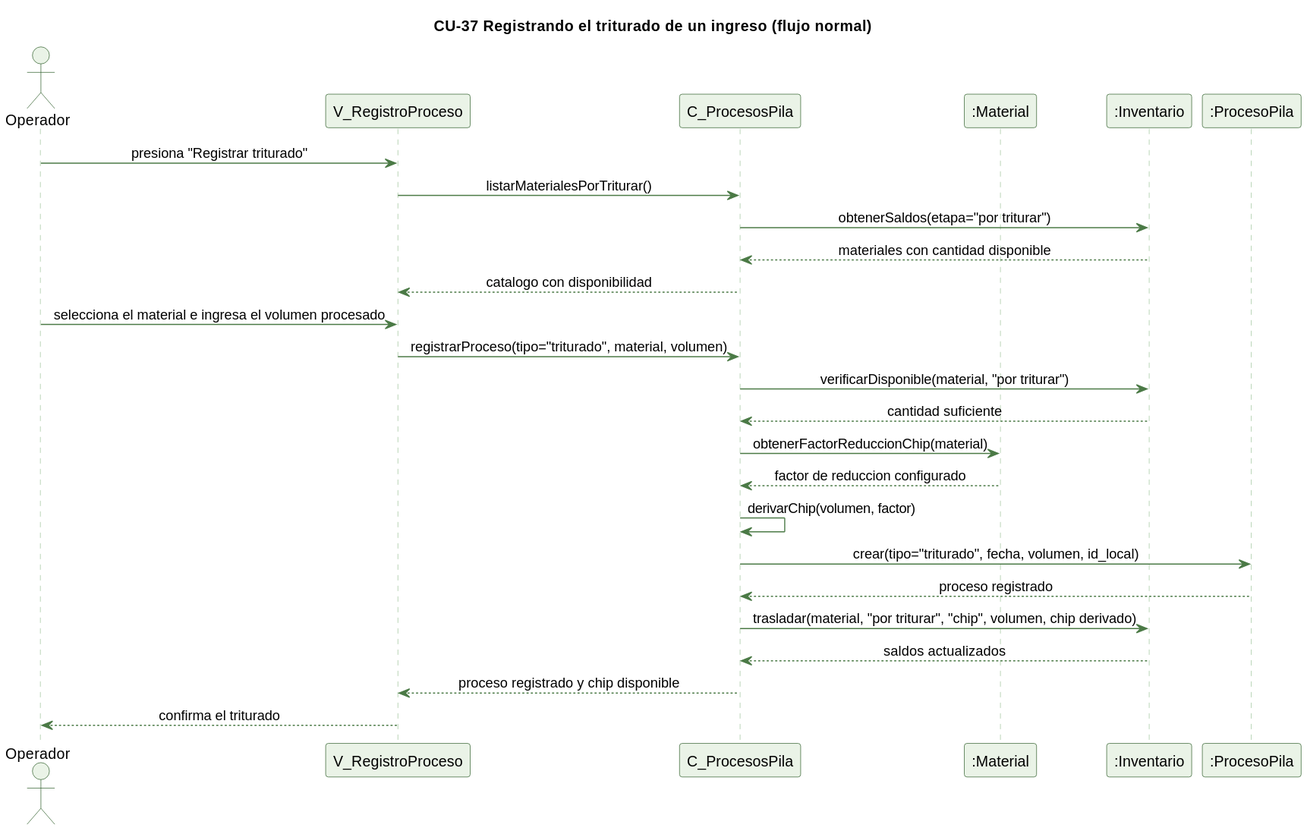
kenjikaese/Triverde keeps this PlantUML diagram as docs/trabajo-grupal/diagramas/secuencias/cu37-triturado-normal.svg. Above is the earlier version. Source of this version:
```plantuml
@startuml
skinparam backgroundColor #FFFFFF
skinparam shadowing false
skinparam defaultFontName Helvetica
skinparam sequenceMessageAlign center
skinparam ParticipantBackgroundColor #EAF3E7
skinparam ParticipantBorderColor #2E5E2A
skinparam ActorBackgroundColor #EAF3E7
skinparam ActorBorderColor #2E5E2A
skinparam sequenceLifeLineBorderColor #9CC49A
skinparam ArrowColor #4B7A46

title CU-37 Registrando el triturado de un ingreso (flujo normal)

actor Operador
participant "V_RegistroProceso" as V
participant "C_ProcesosPila" as C
participant ":Material" as M
participant ":Inventario" as I
participant ":ProcesoPila" as PP

Operador -> V : presiona "Registrar triturado"
V -> C : listarMaterialesPorTriturar()
C -> I : obtenerSaldos(etapa="por triturar")
I --> C : materiales con cantidad disponible
C --> V : catalogo con disponibilidad
Operador -> V : selecciona el material e ingresa el volumen procesado
V -> C : registrarProceso(tipo="triturado", material, volumen)
C -> I : verificarDisponible(material, "por triturar")
I --> C : cantidad suficiente
C -> M : obtenerFactorReduccionChip(material)
M --> C : factor de reduccion configurado
C -> C : derivarChip(volumen, factor)
C -> PP : crear(tipo="triturado", fecha, volumen, id_local)
PP --> C : proceso registrado
C -> I : trasladar(material, "por triturar", "chip", volumen, chip derivado)
I --> C : saldos actualizados
C --> V : proceso registrado y chip disponible
V --> Operador : confirma el triturado
@enduml
```
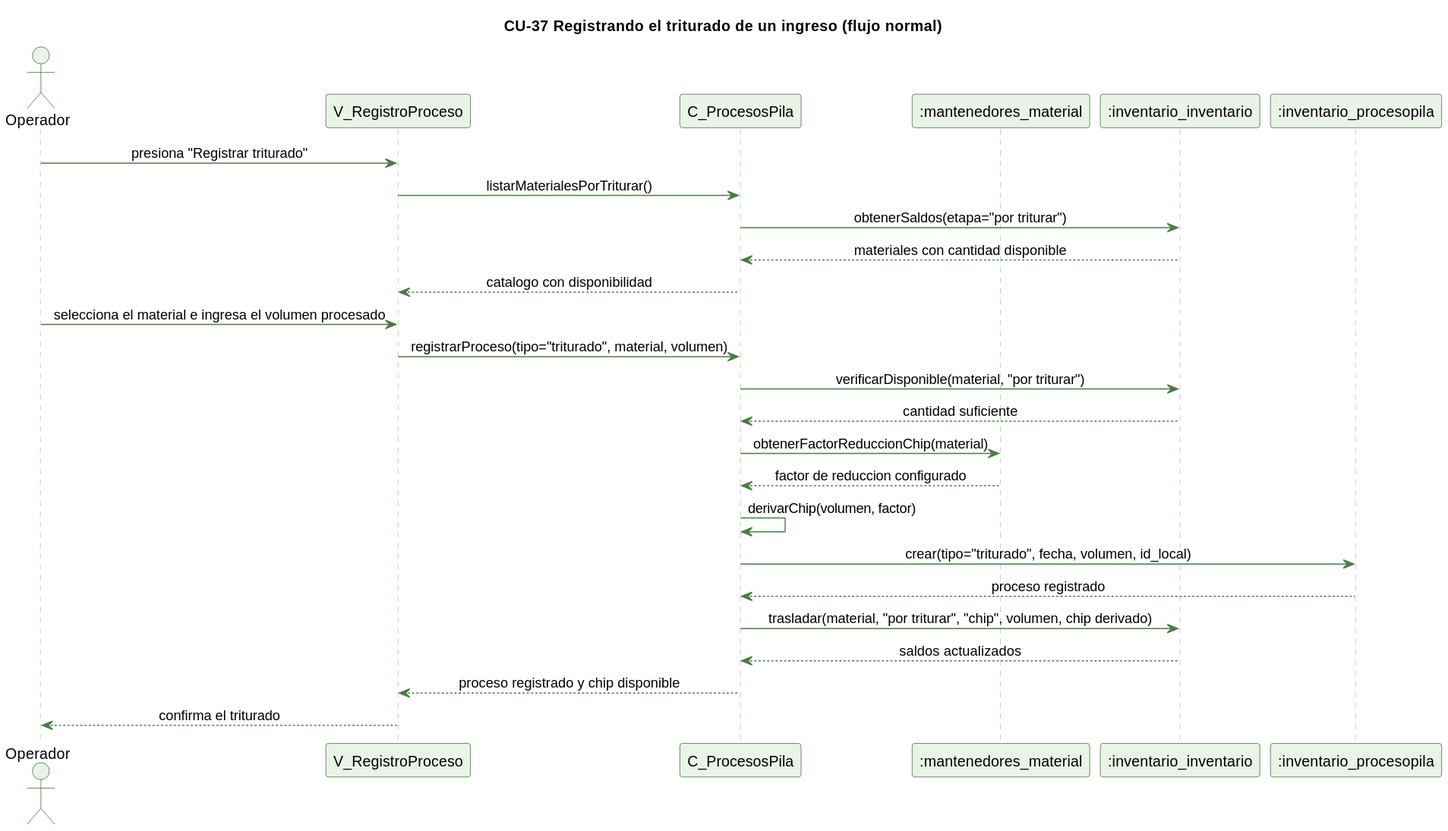
After the commit.

The edit, as a diff of the source:
```diff
@@ -15,9 +15,9 @@
 actor Operador
 participant "V_RegistroProceso" as V
 participant "C_ProcesosPila" as C
-participant ":Material" as M
-participant ":Inventario" as I
-participant ":ProcesoPila" as PP
+participant ":mantenedores_material" as M
+participant ":inventario_inventario" as I
+participant ":inventario_procesopila" as PP
 
 Operador -> V : presiona "Registrar triturado"
 V -> C : listarMaterialesPorTriturar()
```
